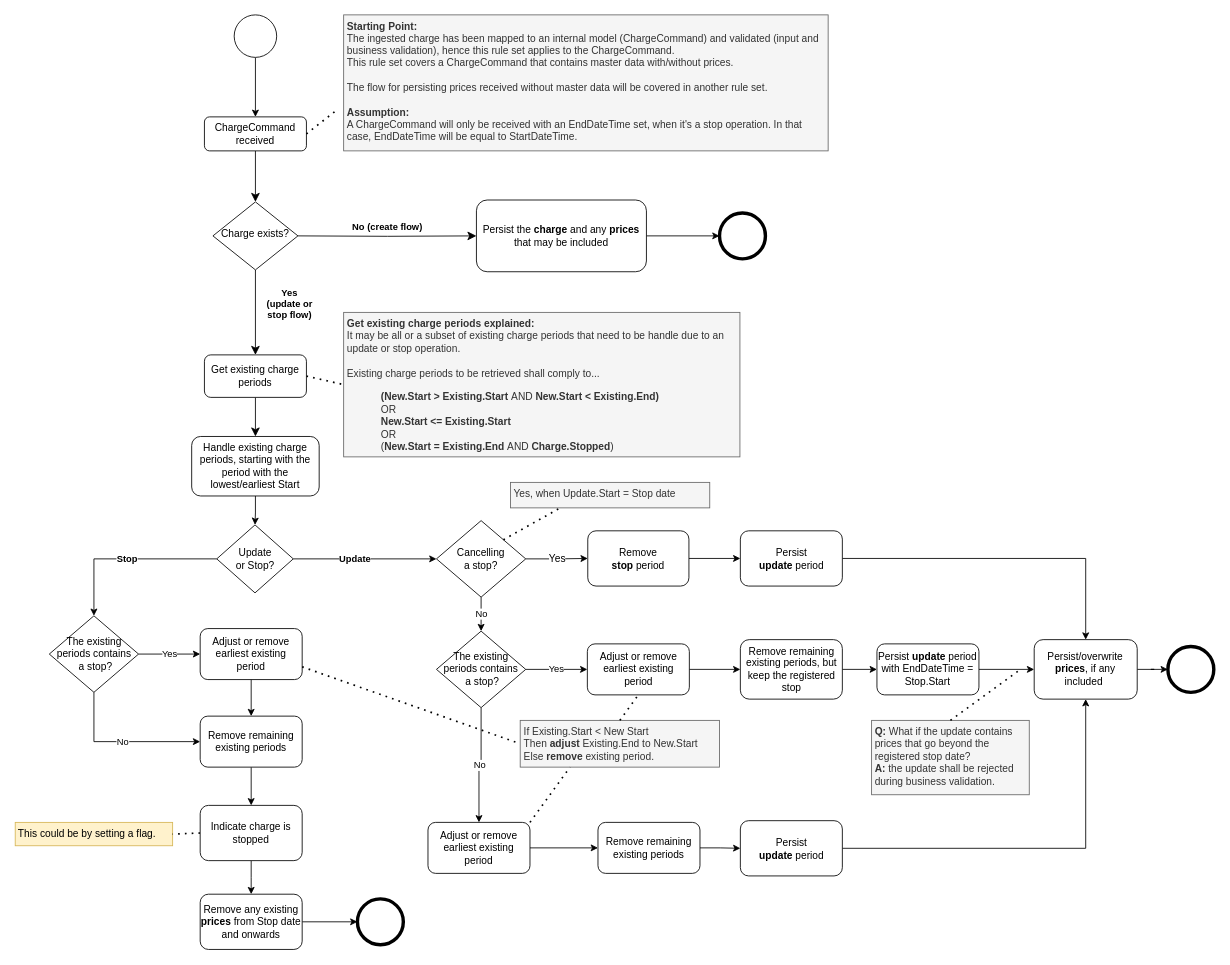
The draw.io diagram page "Ruleset_v2_stop_is_a_flag" (2 of 3) of docs/process-flows/images/PersistingChargesRuleSet_ProcessFlow.drawio in Energinet-DataHub/ARCHIVED-geh-charges, before the edit. Source tidied: cells renumbered, new cells numbered last; positions are measured from the earlier drawing's top-left corner, leaving out a move shared by most shapes. Both pictures are drawn from the tidied source at 85%, with x=0, y=0 at pixel (14, 14).
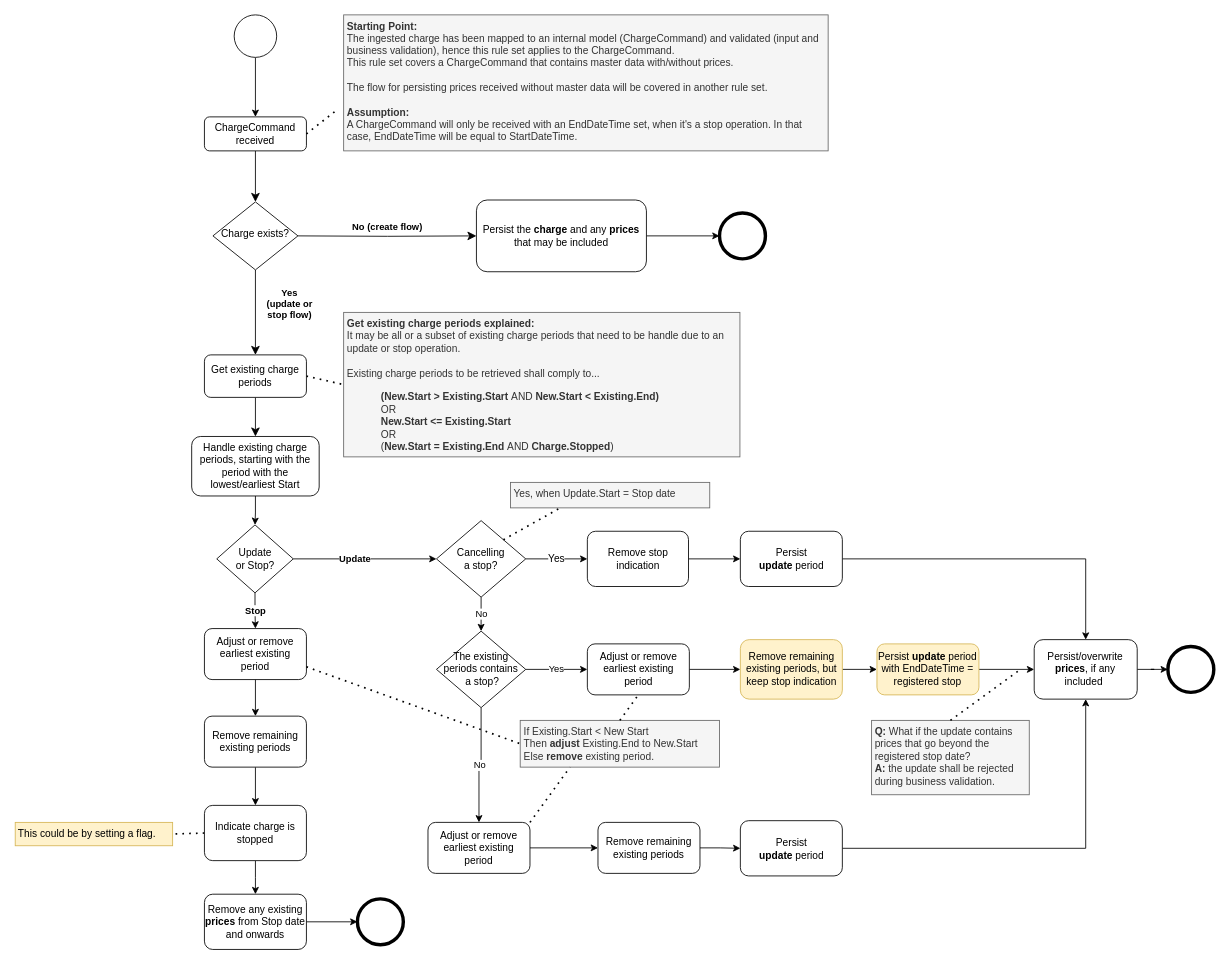
After the change.

Unchanged cells that the change refers to:
```xml
<mxCell id="20" value="Update &lt;br&gt;or Stop?" style="rhombus;whiteSpace=wrap;html=1;" parent="1" vertex="1">
  <mxGeometry x="237.5" y="600" width="90" height="80" as="geometry" />
</mxCell>
<mxCell id="28" value="Cancelling &lt;br&gt;a stop?" style="rhombus;whiteSpace=wrap;html=1;" parent="1" vertex="1">
  <mxGeometry x="496" y="595" width="105" height="90" as="geometry" />
</mxCell>
```

Diff of the diagram source:
```diff
@@
-    <mxCell id="19" value="Stop" style="edgeStyle=orthogonalEdgeStyle;rounded=0;jettySize=auto;html=1;entryX=0.5;entryY=0;entryDx=0;entryDy=0;fontStyle=1;" parent="1" edge="1" source="20" target="60">
+    <mxCell id="19" value="Stop" style="edgeStyle=orthogonalEdgeStyle;rounded=0;jettySize=auto;html=1;entryX=0.5;entryY=0;entryDx=0;entryDy=0;fontStyle=1;" parent="1" edge="1" source="20" target="62">
       <mxGeometry relative="1" as="geometry" />
     </mxCell>
@@
-    <mxCell id="26" value="Yes" style="edgeStyle=orthogonalEdgeStyle;rounded=0;jettySize=auto;html=1;fontSize=12;endArrow=classic;endFill=1;entryX=0;entryY=0.5;entryDx=0;entryDy=0;" parent="1" edge="1" source="28" target="30">
+    <mxCell id="26" value="Yes" style="edgeStyle=orthogonalEdgeStyle;rounded=0;jettySize=auto;html=1;fontSize=12;endArrow=classic;endFill=1;entryX=0;entryY=0.5;entryDx=0;entryDy=0;" parent="1" edge="1" source="28" target="71">
       <mxGeometry relative="1" as="geometry" />
     </mxCell>
@@
-    <mxCell id="29" style="edgeStyle=orthogonalEdgeStyle;rounded=0;jettySize=auto;html=1;entryX=0;entryY=0.5;entryDx=0;entryDy=0;fontSize=12;endArrow=classic;endFill=1;" parent="1" edge="1" source="30" target="32">
+    <mxCell id="29" style="edgeStyle=orthogonalEdgeStyle;rounded=0;jettySize=auto;html=1;entryX=0;entryY=0.5;entryDx=0;entryDy=0;fontSize=12;endArrow=classic;endFill=1;exitX=1;exitY=0.5;exitDx=0;exitDy=0;" parent="1" edge="1" source="71" target="32">
       <mxGeometry relative="1" as="geometry" />
     </mxCell>
-    <mxCell id="30" value="Remove &lt;br&gt;&lt;b&gt;stop &lt;/b&gt;period" style="rounded=1;whiteSpace=wrap;html=1;" parent="1" vertex="1">
-      <mxGeometry x="674" y="607" width="119" height="65" as="geometry" />
-    </mxCell>
@@
     <mxCell id="32" value="Persist &lt;br&gt;&lt;b&gt;update &lt;/b&gt;period" style="rounded=1;whiteSpace=wrap;html=1;" parent="1" vertex="1">
-      <mxGeometry x="853.5" y="607" width="120" height="65" as="geometry" />
+      <mxGeometry x="853.5" y="607.5" width="120" height="65" as="geometry" />
     </mxCell>
@@
-    <mxCell id="47" value="Remove remaining existing periods, but keep the registered stop" style="rounded=1;whiteSpace=wrap;html=1;" parent="1" vertex="1">
+    <mxCell id="47" value="Remove remaining existing periods, but keep stop indication" style="rounded=1;whiteSpace=wrap;html=1;fillColor=#fff2cc;strokeColor=#d6b656;" parent="1" vertex="1">
       <mxGeometry x="853.5" y="735" width="120" height="70" as="geometry" />
     </mxCell>
@@
-    <mxCell id="49" value="Persist &lt;b&gt;update &lt;/b&gt;period with EndDateTime = Stop.Start" style="rounded=1;whiteSpace=wrap;html=1;" parent="1" vertex="1">
+    <mxCell id="49" value="Persist &lt;b&gt;update &lt;/b&gt;period with EndDateTime = registered stop" style="rounded=1;whiteSpace=wrap;html=1;fillColor=#fff2cc;strokeColor=#d6b656;" parent="1" vertex="1">
       <mxGeometry x="1014.2" y="740" width="120" height="60" as="geometry" />
     </mxCell>
@@
-    <mxCell id="58" value="Yes" style="edgeStyle=orthogonalEdgeStyle;rounded=0;jettySize=auto;html=1;" parent="1" edge="1" source="60" target="62">
-      <mxGeometry relative="1" as="geometry" />
-    </mxCell>
-    <mxCell id="59" value="No" style="edgeStyle=orthogonalEdgeStyle;rounded=0;jettySize=auto;html=1;entryX=0;entryY=0.5;entryDx=0;entryDy=0;" parent="1" edge="1" source="60" target="64">
-      <mxGeometry relative="1" as="geometry">
-        <Array as="points">
-          <mxPoint x="93" y="855" />
-        </Array>
-      </mxGeometry>
-    </mxCell>
-    <mxCell id="60" value="The existing periods contains&lt;br&gt;&amp;nbsp;a stop?" style="rhombus;whiteSpace=wrap;html=1;" parent="1" vertex="1">
-      <mxGeometry x="40.5" y="707" width="105" height="90" as="geometry" />
-    </mxCell>
@@
     <mxCell id="62" value="Adjust or remove earliest existing period" style="rounded=1;whiteSpace=wrap;html=1;" parent="1" vertex="1">
-      <mxGeometry x="218" y="722" width="120" height="60" as="geometry" />
+      <mxGeometry x="223" y="722" width="120" height="60" as="geometry" />
     </mxCell>
@@
     <mxCell id="64" value="&lt;span&gt;Remove remaining existing periods&lt;/span&gt;" style="whiteSpace=wrap;html=1;rounded=1;" parent="1" vertex="1">
-      <mxGeometry x="218" y="825" width="120" height="60" as="geometry" />
+      <mxGeometry x="223" y="825" width="120" height="60" as="geometry" />
     </mxCell>
@@
     <mxCell id="67" value="Indicate charge is stopped" style="rounded=1;whiteSpace=wrap;html=1;" parent="1" vertex="1">
-      <mxGeometry x="218" y="930" width="120" height="65" as="geometry" />
+      <mxGeometry x="223" y="930" width="120" height="65" as="geometry" />
     </mxCell>
@@
     <mxCell id="69" value="Remove any existing &lt;b&gt;prices &lt;/b&gt;from Stop date and onwards" style="rounded=1;whiteSpace=wrap;html=1;" parent="1" vertex="1">
-      <mxGeometry x="218" y="1034.5" width="120" height="65" as="geometry" />
+      <mxGeometry x="223" y="1034.5" width="120" height="65" as="geometry" />
     </mxCell>
@@
+    <mxCell id="71" value="Remove stop indication" style="rounded=1;whiteSpace=wrap;html=1;" parent="1" vertex="1">
+      <mxGeometry x="673.5" y="607.5" width="119" height="65" as="geometry" />
+    </mxCell>
```
